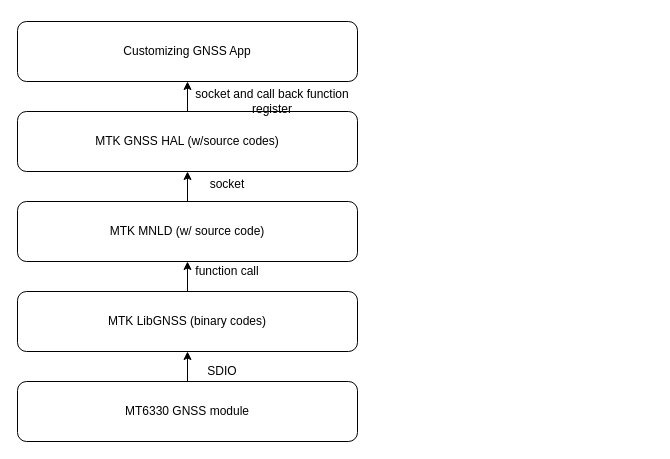
Above: mtk_gnss.drawio in jiajiuan/linux_apps (draw.io), before the change. Source tidied: cells renumbered, new cells numbered last; positions are measured from the earlier drawing's top-left corner, leaving out a move shared by most shapes. Both pictures are drawn from the tidied source at 100%, with x=0, y=0 at pixel (17, 21).
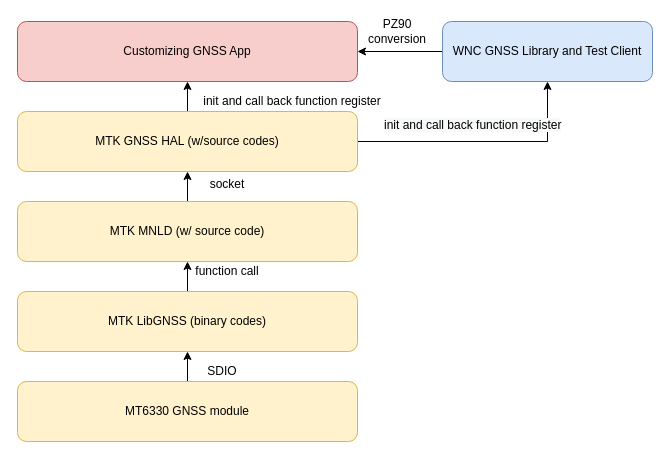
After the change.

Diff of the diagram source:
```diff
@@
 <mxGraphModel>
   <root>
     <mxCell id="0" />
     <mxCell id="1" parent="0" />
     <mxCell id="2" style="edgeStyle=orthogonalEdgeStyle;rounded=0;jettySize=auto;html=1;" parent="1" edge="1" source="3" target="5">
       <mxGeometry relative="1" as="geometry" />
     </mxCell>
-    <mxCell id="3" value="MT6330 GNSS module" style="rounded=1;whiteSpace=wrap;html=1;" parent="1" vertex="1">
+    <mxCell id="3" value="MT6330 GNSS module" style="rounded=1;whiteSpace=wrap;html=1;fillColor=#fff2cc;strokeColor=#d6b656;" parent="1" vertex="1">
       <mxGeometry y="360" width="340" height="60" as="geometry" />
     </mxCell>
     <mxCell id="4" style="edgeStyle=orthogonalEdgeStyle;rounded=0;jettySize=auto;html=1;" parent="1" edge="1" source="5" target="8">
       <mxGeometry relative="1" as="geometry" />
     </mxCell>
-    <mxCell id="5" value="MTK LibGNSS (binary codes)" style="rounded=1;whiteSpace=wrap;html=1;" parent="1" vertex="1">
+    <mxCell id="5" value="MTK LibGNSS (binary codes)" style="rounded=1;whiteSpace=wrap;html=1;fillColor=#fff2cc;strokeColor=#d6b656;" parent="1" vertex="1">
       <mxGeometry y="270" width="340" height="60" as="geometry" />
     </mxCell>
     <mxCell id="6" value="SDIO" style="text;html=1;strokeColor=none;fillColor=none;align=center;verticalAlign=middle;whiteSpace=wrap;rounded=0;" parent="1" vertex="1">
       <mxGeometry x="185" y="340" width="40" height="20" as="geometry" />
     </mxCell>
     <mxCell id="7" style="edgeStyle=orthogonalEdgeStyle;rounded=0;jettySize=auto;html=1;" parent="1" edge="1" source="8" target="10">
       <mxGeometry relative="1" as="geometry" />
     </mxCell>
-    <mxCell id="8" value="MTK MNLD (w/ source code)" style="rounded=1;whiteSpace=wrap;html=1;" parent="1" vertex="1">
+    <mxCell id="8" value="MTK MNLD (w/ source code)" style="rounded=1;whiteSpace=wrap;html=1;fillColor=#fff2cc;strokeColor=#d6b656;" parent="1" vertex="1">
       <mxGeometry y="180" width="340" height="60" as="geometry" />
     </mxCell>
     <mxCell id="9" style="edgeStyle=orthogonalEdgeStyle;rounded=0;jettySize=auto;html=1;" parent="1" edge="1" source="10" target="13">
       <mxGeometry relative="1" as="geometry" />
     </mxCell>
+    <mxCell id="15" style="edgeStyle=orthogonalEdgeStyle;rounded=0;jettySize=auto;html=1;" parent="1" edge="1" source="10" target="17">
+      <mxGeometry relative="1" as="geometry" />
+    </mxCell>
-    <mxCell id="10" value="MTK GNSS HAL (w/source codes)" style="rounded=1;whiteSpace=wrap;html=1;" parent="1" vertex="1">
+    <mxCell id="10" value="MTK GNSS HAL (w/source codes)" style="rounded=1;whiteSpace=wrap;html=1;fillColor=#fff2cc;strokeColor=#d6b656;" parent="1" vertex="1">
       <mxGeometry y="90" width="340" height="60" as="geometry" />
     </mxCell>
     <mxCell id="11" value="function call" style="text;html=1;strokeColor=none;fillColor=none;align=center;verticalAlign=middle;whiteSpace=wrap;rounded=0;" parent="1" vertex="1">
       <mxGeometry x="170" y="240" width="80" height="20" as="geometry" />
     </mxCell>
     <mxCell id="12" value="socket" style="text;html=1;strokeColor=none;fillColor=none;align=center;verticalAlign=middle;whiteSpace=wrap;rounded=0;" parent="1" vertex="1">
       <mxGeometry x="170" y="153" width="80" height="20" as="geometry" />
     </mxCell>
-    <mxCell id="13" value="Customizing GNSS App" style="rounded=1;whiteSpace=wrap;html=1;" parent="1" vertex="1">
+    <mxCell id="13" value="Customizing GNSS App" style="rounded=1;whiteSpace=wrap;html=1;fillColor=#f8cecc;strokeColor=#b85450;" parent="1" vertex="1">
       <mxGeometry width="340" height="60" as="geometry" />
     </mxCell>
-    <mxCell id="14" value="socket and call back function register" style="text;html=1;strokeColor=none;fillColor=none;align=center;verticalAlign=middle;whiteSpace=wrap;rounded=0;" parent="1" vertex="1">
-      <mxGeometry x="165" y="70" width="180" height="20" as="geometry" />
+    <mxCell id="14" value="init and call back function register" style="text;html=1;strokeColor=none;fillColor=none;align=center;verticalAlign=middle;whiteSpace=wrap;rounded=0;" parent="1" vertex="1">
+      <mxGeometry x="185" y="70" width="180" height="20" as="geometry" />
     </mxCell>
+    <mxCell id="16" style="edgeStyle=orthogonalEdgeStyle;rounded=0;jettySize=auto;html=1;" parent="1" edge="1" source="17" target="13">
+      <mxGeometry relative="1" as="geometry" />
+    </mxCell>
+    <mxCell id="17" value="WNC GNSS Library and Test Client" style="rounded=1;whiteSpace=wrap;html=1;fillColor=#dae8fc;strokeColor=#6c8ebf;" parent="1" vertex="1">
+      <mxGeometry x="425" width="210" height="60" as="geometry" />
+    </mxCell>
+    <mxCell id="18" value="&lt;span style=&quot;color: rgb(0, 0, 0); font-family: helvetica; font-size: 12px; font-style: normal; font-weight: 400; letter-spacing: normal; text-align: center; text-indent: 0px; text-transform: none; word-spacing: 0px; background-color: rgb(248, 249, 250); display: inline; float: none;&quot;&gt;init and call back function register&lt;/span&gt;" style="text;whiteSpace=wrap;html=1;" parent="1" vertex="1">
+      <mxGeometry x="365" y="90" width="200" height="30" as="geometry" />
+    </mxCell>
+    <mxCell id="19" value="PZ90 conversion" style="text;html=1;strokeColor=none;fillColor=none;align=center;verticalAlign=middle;whiteSpace=wrap;rounded=0;" parent="1" vertex="1">
+      <mxGeometry x="340" width="80" height="20" as="geometry" />
+    </mxCell>
   </root>
 </mxGraphModel>
```
